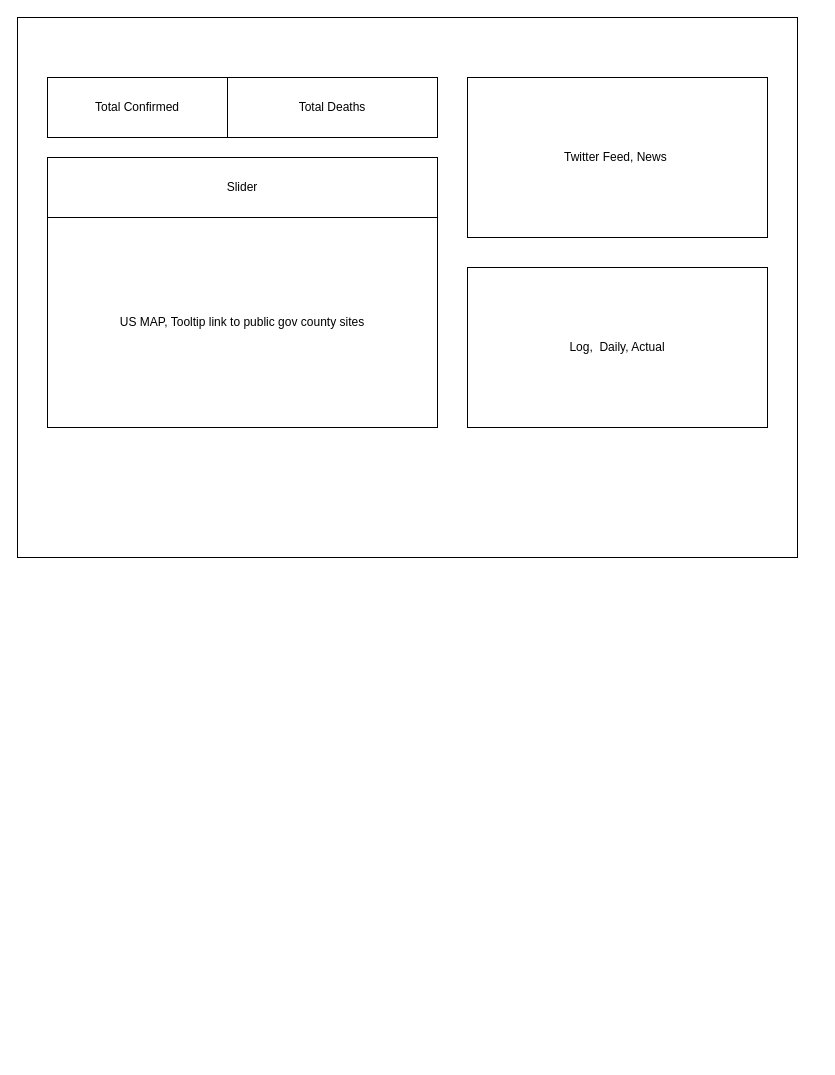
The draw.io diagram covid19-dash.drawio in ncov19-us/front-end, before the edit. Source tidied: cells renumbered, new cells numbered last; positions are measured from the earlier drawing's top-left corner, leaving out a move shared by most shapes. Both pictures are drawn from the tidied source at 100%, with x=0, y=0 at pixel (17, 17).
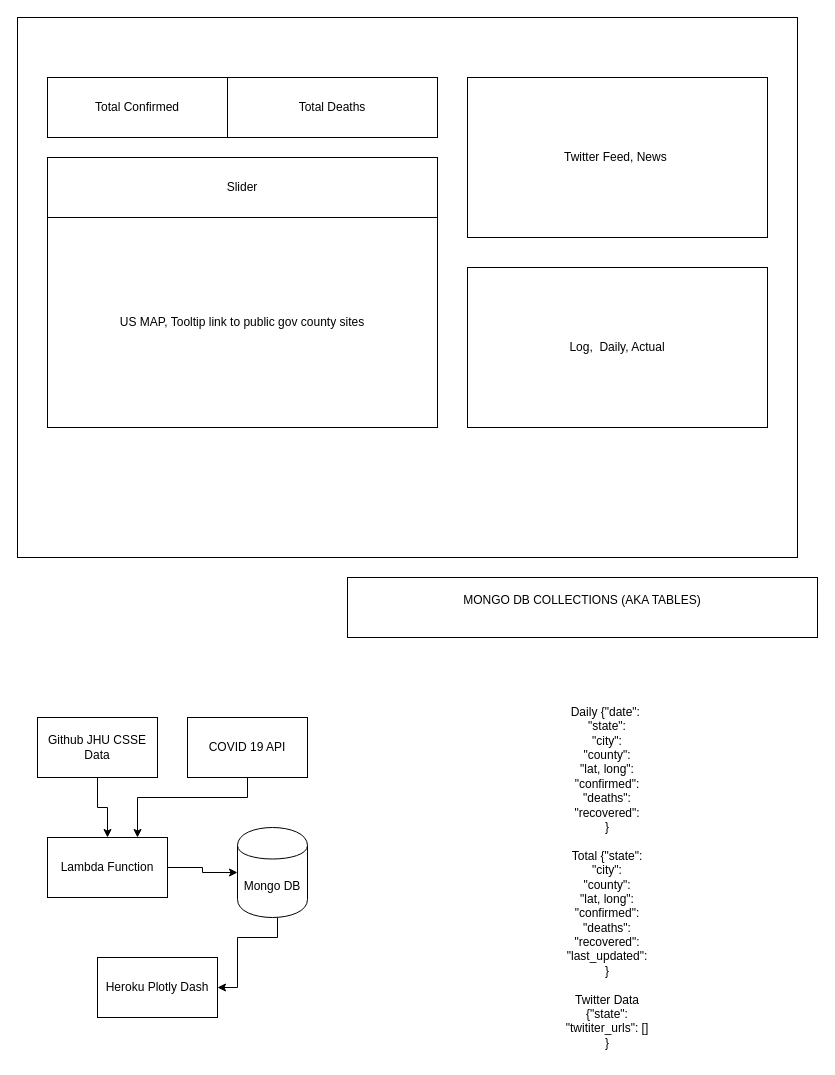
Above is the later version.

The edit, as a diff of the source:
```diff
@@
+    <mxCell id="9" style="edgeStyle=orthogonalEdgeStyle;rounded=0;jettySize=auto;html=1;entryX=0.5;entryY=0;entryDx=0;entryDy=0;" parent="1" edge="1" source="10" target="12">
+      <mxGeometry relative="1" as="geometry" />
+    </mxCell>
+    <mxCell id="10" value="Github JHU CSSE Data" style="rounded=0;whiteSpace=wrap;html=1;" parent="1" vertex="1">
+      <mxGeometry x="20" y="700" width="120" height="60" as="geometry" />
+    </mxCell>
+    <mxCell id="11" style="edgeStyle=orthogonalEdgeStyle;rounded=0;jettySize=auto;html=1;exitX=1;exitY=0.5;exitDx=0;exitDy=0;entryX=0;entryY=0.5;entryDx=0;entryDy=0;" parent="1" edge="1" source="12" target="14">
+      <mxGeometry relative="1" as="geometry" />
+    </mxCell>
+    <mxCell id="12" value="Lambda Function" style="rounded=0;whiteSpace=wrap;html=1;" parent="1" vertex="1">
+      <mxGeometry x="30" y="820" width="120" height="60" as="geometry" />
+    </mxCell>
+    <mxCell id="13" style="edgeStyle=orthogonalEdgeStyle;rounded=0;jettySize=auto;html=1;entryX=1;entryY=0.5;entryDx=0;entryDy=0;" parent="1" edge="1" source="14" target="15">
+      <mxGeometry relative="1" as="geometry">
+        <Array as="points">
+          <mxPoint x="260" y="920" />
+          <mxPoint x="220" y="920" />
+          <mxPoint x="220" y="970" />
+        </Array>
+      </mxGeometry>
+    </mxCell>
+    <mxCell id="14" value="Mongo DB" style="shape=cylinder;whiteSpace=wrap;html=1;boundedLbl=1;backgroundOutline=1;" parent="1" vertex="1">
+      <mxGeometry x="220" y="810" width="70" height="90" as="geometry" />
+    </mxCell>
+    <mxCell id="15" value="Heroku Plotly Dash" style="rounded=0;whiteSpace=wrap;html=1;" parent="1" vertex="1">
+      <mxGeometry x="80" y="940" width="120" height="60" as="geometry" />
+    </mxCell>
+    <mxCell id="16" style="edgeStyle=orthogonalEdgeStyle;rounded=0;jettySize=auto;html=1;entryX=0.75;entryY=0;entryDx=0;entryDy=0;" parent="1" edge="1" source="17" target="12">
+      <mxGeometry relative="1" as="geometry">
+        <Array as="points">
+          <mxPoint x="230" y="780" />
+          <mxPoint x="120" y="780" />
+        </Array>
+      </mxGeometry>
+    </mxCell>
+    <mxCell id="17" value="COVID 19 API" style="rounded=0;whiteSpace=wrap;html=1;" parent="1" vertex="1">
+      <mxGeometry x="170" y="700" width="120" height="60" as="geometry" />
+    </mxCell>
+    <mxCell id="18" value="MONGO DB COLLECTIONS (AKA TABLES)&lt;br&gt;&lt;br&gt;" style="rounded=0;whiteSpace=wrap;html=1;" parent="1" vertex="1">
+      <mxGeometry x="330" y="560" width="470" height="60" as="geometry" />
+    </mxCell>
+    <mxCell id="19" value="Daily {&quot;date&quot;:&amp;nbsp;&lt;br&gt;&quot;state&quot;:&lt;br&gt;&quot;city&quot;:&lt;br&gt;&quot;county&quot;:&lt;br&gt;&quot;lat, long&quot;:&lt;br&gt;&quot;confirmed&quot;:&lt;br&gt;&quot;deaths&quot;:&lt;br&gt;&quot;recovered&quot;:&lt;br&gt;}&lt;br&gt;&lt;br&gt;Total {&quot;state&quot;:&lt;br&gt;&quot;city&quot;:&lt;br&gt;&quot;county&quot;:&lt;br&gt;&quot;lat, long&quot;:&lt;br&gt;&quot;confirmed&quot;:&lt;br&gt;&quot;deaths&quot;:&lt;br&gt;&quot;recovered&quot;:&lt;br&gt;&quot;last_updated&quot;:&lt;br&gt;}&lt;br&gt;&lt;br&gt;Twitter Data&lt;br&gt;{&quot;state&quot;:&lt;br&gt;&quot;twititer_urls&quot;: []&lt;br&gt;}" style="text;html=1;strokeColor=none;fillColor=none;align=center;verticalAlign=middle;whiteSpace=wrap;rounded=0;" parent="1" vertex="1">
+      <mxGeometry x="380" y="680" width="420" height="360" as="geometry" />
+    </mxCell>
```
